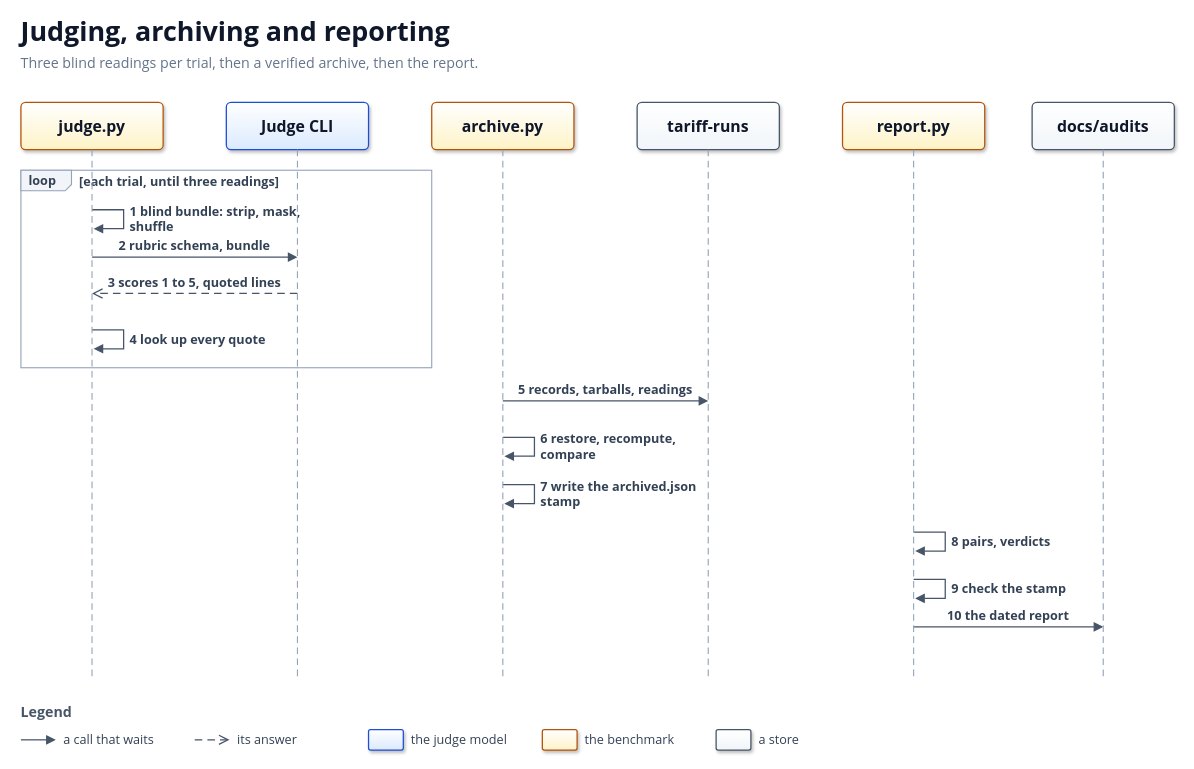
The draw.io diagram docs/diagrams/runtime-report.drawio in solid-ai-dev/solid-ai-benchmark, before the edit. Source tidied: cells renumbered, new cells numbered last; positions are measured from the earlier drawing's top-left corner, leaving out a move shared by most shapes. Both pictures are drawn from the tidied source at 79%, with x=0, y=0 at pixel (21, 13).
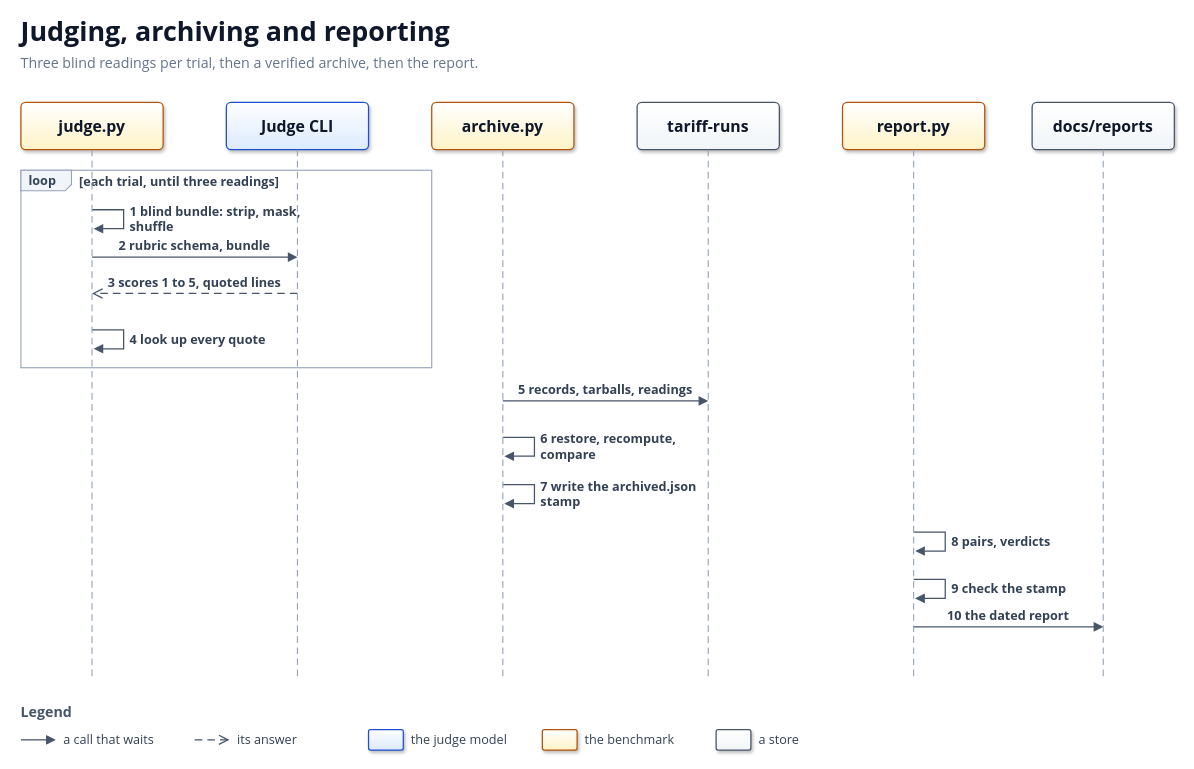
Above is the later version.

The edit, as a diff of the source:
```diff
@@
-    <mxCell id="37" value="&lt;b style='font-size:20px'&gt;docs/audits&lt;/b&gt;" style="rounded=1;arcSize=10;whiteSpace=wrap;html=1;fillColor=#F1F5F9;gradientColor=#FFFFFF;gradientDirection=north;strokeColor=#475569;strokeWidth=1.6;shadow=1;align=center;verticalAlign=middle;fontFamily=Segoe UI;fontColor=#0F172A;spacing=8;" parent="1" vertex="1">
+    <mxCell id="37" value="&lt;b style='font-size:20px'&gt;docs/reports&lt;/b&gt;" style="rounded=1;arcSize=10;whiteSpace=wrap;html=1;fillColor=#F1F5F9;gradientColor=#FFFFFF;gradientDirection=north;strokeColor=#475569;strokeWidth=1.6;shadow=1;align=center;verticalAlign=middle;fontFamily=Segoe UI;fontColor=#0F172A;spacing=8;" parent="1" vertex="1">
       <mxGeometry x="1280" y="112" width="180" height="60" as="geometry" />
     </mxCell>
```
